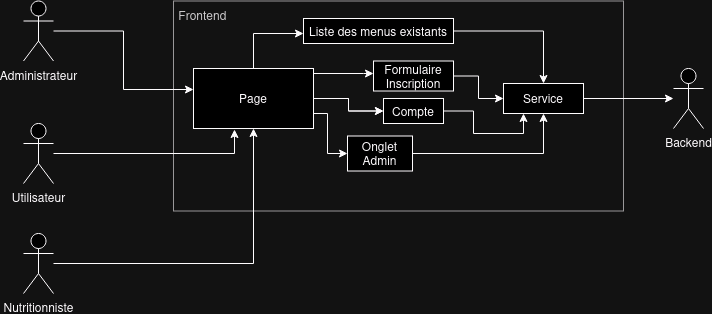
Earlier version of the draw.io export Génie Logiciel/Vue détaillée (Frontend).png (2024-2025-ECOM-INFO5-G2/docs). Source tidied: cells renumbered, new cells last; positions are measured from the earlier drawing's top-left corner, leaving out a move shared by most shapes.
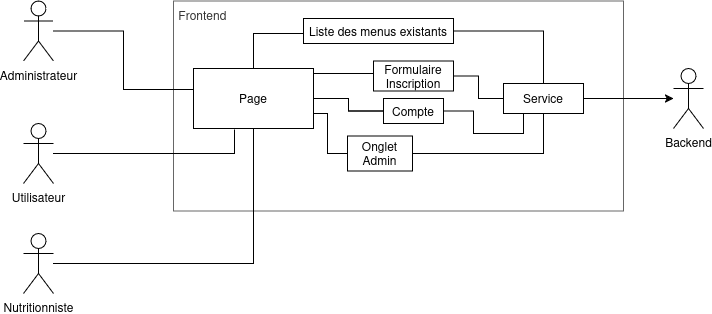
The same diagram one commit later.

The edit, as a diff of the source:
```diff
@@ -14,14 +14,14 @@
     <mxCell id="5" value="Administrateur" style="shape=umlActor;verticalLabelPosition=bottom;verticalAlign=top;html=1;outlineConnect=0;" parent="1" vertex="1">
       <mxGeometry y="-0.5" width="30" height="60" as="geometry" />
     </mxCell>
-    <mxCell id="6" style="edgeStyle=orthogonalEdgeStyle;rounded=0;jettySize=auto;html=1;" parent="1" edge="1" source="10" target="12">
+    <mxCell id="6" style="edgeStyle=orthogonalEdgeStyle;rounded=0;jettySize=auto;html=1;endArrow=none;endFill=0;" parent="1" edge="1" source="10" target="12">
       <mxGeometry relative="1" as="geometry">
         <Array as="points">
           <mxPoint x="230" y="32" />
         </Array>
       </mxGeometry>
     </mxCell>
-    <mxCell id="7" style="edgeStyle=orthogonalEdgeStyle;rounded=0;jettySize=auto;html=1;" parent="1" edge="1" source="10" target="14">
+    <mxCell id="7" style="edgeStyle=orthogonalEdgeStyle;rounded=0;jettySize=auto;html=1;endArrow=none;endFill=0;" parent="1" edge="1" source="10" target="14">
       <mxGeometry relative="1" as="geometry">
         <Array as="points">
           <mxPoint x="340" y="72" />
@@ -29,10 +29,10 @@
         </Array>
       </mxGeometry>
     </mxCell>
-    <mxCell id="8" style="edgeStyle=orthogonalEdgeStyle;rounded=0;jettySize=auto;html=1;" parent="1" edge="1" source="10" target="16">
+    <mxCell id="8" style="edgeStyle=orthogonalEdgeStyle;rounded=0;jettySize=auto;html=1;endArrow=none;endFill=0;" parent="1" edge="1" source="10" target="16">
       <mxGeometry relative="1" as="geometry" />
     </mxCell>
-    <mxCell id="9" style="edgeStyle=orthogonalEdgeStyle;rounded=0;jettySize=auto;html=1;exitX=1;exitY=0.75;exitDx=0;exitDy=0;entryX=0;entryY=0.5;entryDx=0;entryDy=0;" parent="1" edge="1" source="10" target="23">
+    <mxCell id="9" style="edgeStyle=orthogonalEdgeStyle;rounded=0;jettySize=auto;html=1;exitX=1;exitY=0.75;exitDx=0;exitDy=0;entryX=0;entryY=0.5;entryDx=0;entryDy=0;endArrow=none;endFill=0;" parent="1" edge="1" source="10" target="23">
       <mxGeometry relative="1" as="geometry">
         <Array as="points">
           <mxPoint x="304" y="112" />
@@ -43,37 +43,37 @@
     <mxCell id="10" value="Page" style="rounded=0;whiteSpace=wrap;html=1;" parent="1" vertex="1">
       <mxGeometry x="170" y="67" width="120" height="60" as="geometry" />
     </mxCell>
-    <mxCell id="11" style="edgeStyle=orthogonalEdgeStyle;rounded=0;jettySize=auto;html=1;exitX=1;exitY=0.5;exitDx=0;exitDy=0;entryX=0.5;entryY=0;entryDx=0;entryDy=0;" parent="1" edge="1" source="12" target="25">
+    <mxCell id="11" style="edgeStyle=orthogonalEdgeStyle;rounded=0;jettySize=auto;html=1;exitX=1;exitY=0.5;exitDx=0;exitDy=0;entryX=0.5;entryY=0;entryDx=0;entryDy=0;endArrow=none;endFill=0;" parent="1" edge="1" source="12" target="25">
       <mxGeometry relative="1" as="geometry" />
     </mxCell>
     <mxCell id="12" value="Liste des menus existants" style="rounded=0;whiteSpace=wrap;html=1;" parent="1" vertex="1">
       <mxGeometry x="280" y="17" width="150" height="25" as="geometry" />
     </mxCell>
-    <mxCell id="13" style="edgeStyle=orthogonalEdgeStyle;rounded=0;jettySize=auto;html=1;" parent="1" edge="1" source="14" target="25">
+    <mxCell id="13" style="edgeStyle=orthogonalEdgeStyle;rounded=0;jettySize=auto;html=1;endArrow=none;endFill=0;" parent="1" edge="1" source="14" target="25">
       <mxGeometry relative="1" as="geometry" />
     </mxCell>
     <mxCell id="14" value="Formulaire Inscription" style="rounded=0;whiteSpace=wrap;html=1;" parent="1" vertex="1">
       <mxGeometry x="350" y="59.5" width="80" height="30" as="geometry" />
     </mxCell>
-    <mxCell id="15" style="edgeStyle=orthogonalEdgeStyle;rounded=0;jettySize=auto;html=1;entryX=0.25;entryY=1;entryDx=0;entryDy=0;" parent="1" edge="1" source="16" target="25">
+    <mxCell id="15" style="edgeStyle=orthogonalEdgeStyle;rounded=0;jettySize=auto;html=1;entryX=0.25;entryY=1;entryDx=0;entryDy=0;endArrow=none;endFill=0;" parent="1" edge="1" source="16" target="25">
       <mxGeometry relative="1" as="geometry" />
     </mxCell>
     <mxCell id="16" value="Compte" style="rounded=0;whiteSpace=wrap;html=1;" parent="1" vertex="1">
       <mxGeometry x="360" y="97" width="60" height="25" as="geometry" />
     </mxCell>
-    <mxCell id="17" style="edgeStyle=orthogonalEdgeStyle;rounded=0;jettySize=auto;html=1;" parent="1" edge="1" source="10" target="16">
+    <mxCell id="17" style="edgeStyle=orthogonalEdgeStyle;rounded=0;jettySize=auto;html=1;endArrow=none;endFill=0;" parent="1" edge="1" source="10" target="16">
       <mxGeometry relative="1" as="geometry" />
     </mxCell>
-    <mxCell id="18" style="edgeStyle=orthogonalEdgeStyle;rounded=0;jettySize=auto;html=1;entryX=0;entryY=0.35;entryDx=0;entryDy=0;entryPerimeter=0;" parent="1" edge="1" source="5" target="10">
+    <mxCell id="18" style="edgeStyle=orthogonalEdgeStyle;rounded=0;jettySize=auto;html=1;entryX=0;entryY=0.35;entryDx=0;entryDy=0;entryPerimeter=0;endArrow=none;endFill=0;" parent="1" edge="1" source="5" target="10">
       <mxGeometry relative="1" as="geometry" />
     </mxCell>
-    <mxCell id="19" style="edgeStyle=orthogonalEdgeStyle;rounded=0;jettySize=auto;html=1;" parent="1" edge="1" source="20" target="10">
+    <mxCell id="19" style="edgeStyle=orthogonalEdgeStyle;rounded=0;jettySize=auto;html=1;endArrow=none;endFill=0;" parent="1" edge="1" source="20" target="10">
       <mxGeometry relative="1" as="geometry" />
     </mxCell>
     <mxCell id="20" value="Nutritionniste" style="shape=umlActor;verticalLabelPosition=bottom;verticalAlign=top;html=1;outlineConnect=0;" parent="1" vertex="1">
       <mxGeometry y="232" width="30" height="60" as="geometry" />
     </mxCell>
-    <mxCell id="21" style="edgeStyle=orthogonalEdgeStyle;rounded=0;jettySize=auto;html=1;" parent="1" edge="1" source="4">
+    <mxCell id="21" style="edgeStyle=orthogonalEdgeStyle;rounded=0;jettySize=auto;html=1;endArrow=none;endFill=0;" parent="1" edge="1" source="4">
       <mxGeometry relative="1" as="geometry">
         <mxPoint x="211" y="128" as="targetPoint" />
         <Array as="points">
@@ -81,7 +81,7 @@
         </Array>
       </mxGeometry>
     </mxCell>
-    <mxCell id="22" style="edgeStyle=orthogonalEdgeStyle;rounded=0;jettySize=auto;html=1;entryX=0.5;entryY=1;entryDx=0;entryDy=0;" parent="1" edge="1" source="23" target="25">
+    <mxCell id="22" style="edgeStyle=orthogonalEdgeStyle;rounded=0;jettySize=auto;html=1;entryX=0.5;entryY=1;entryDx=0;entryDy=0;endArrow=none;endFill=0;" parent="1" edge="1" source="23" target="25">
       <mxGeometry relative="1" as="geometry" />
     </mxCell>
     <mxCell id="23" value="Onglet Admin" style="rounded=0;whiteSpace=wrap;html=1;" parent="1" vertex="1">
```
